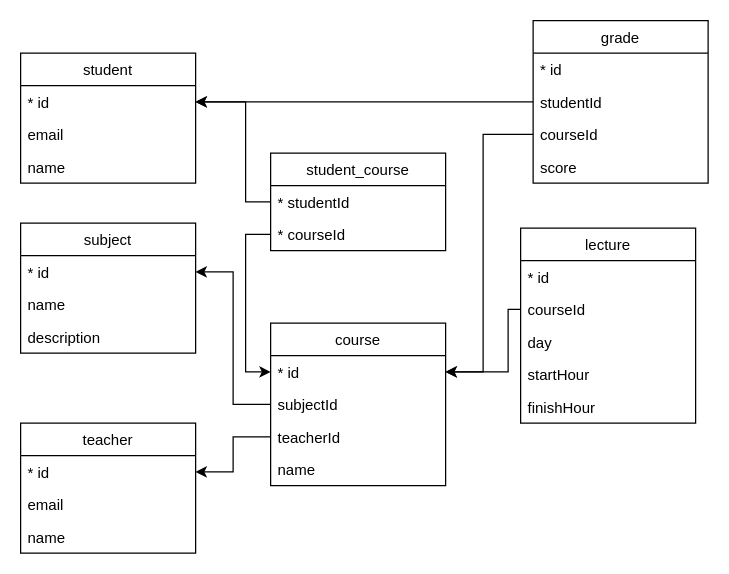
The draw.io diagram db-diagram.drawio in simonZuluagaPrft/java-training, before the edit. Source tidied: cells renumbered, new cells numbered last; positions are measured from the earlier drawing's top-left corner, leaving out a move shared by most shapes. Both pictures are drawn from the tidied source at 125%, with x=0, y=0 at pixel (20, 20).
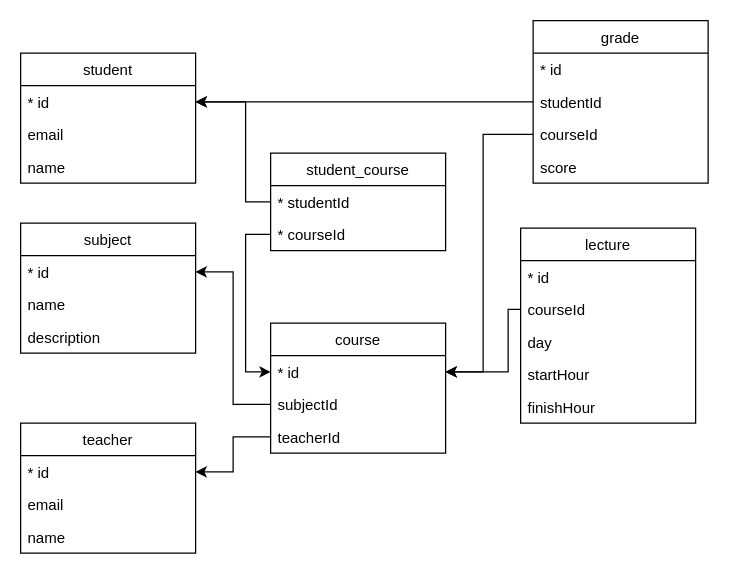
The same diagram, later.

What changed in the source:
```diff
@@
     <mxCell id="6" value="course" style="swimlane;fontStyle=0;horizontal=1;startSize=26;fillColor=none;" parent="1" vertex="1">
-      <mxGeometry x="200" y="242" width="140" height="130" as="geometry" />
+      <mxGeometry x="200" y="242" width="140" height="104" as="geometry" />
     </mxCell>
@@
-    <mxCell id="10" value="name" style="text;strokeColor=none;fillColor=none;align=left;verticalAlign=top;spacingLeft=4;spacingRight=4;overflow=hidden;" parent="6" vertex="1">
-      <mxGeometry y="104" width="140" height="26" as="geometry" />
-    </mxCell>
```
